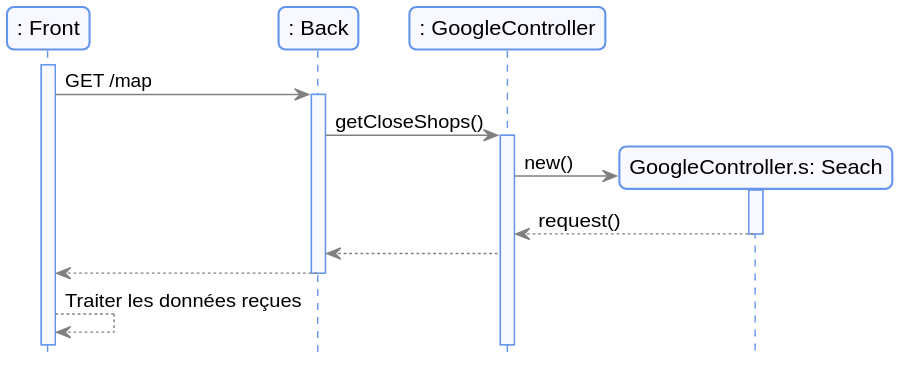
romainvacheret/wadge-backend keeps this PlantUML diagram as docs/diagram/out/map.svg. Above is the earlier version.
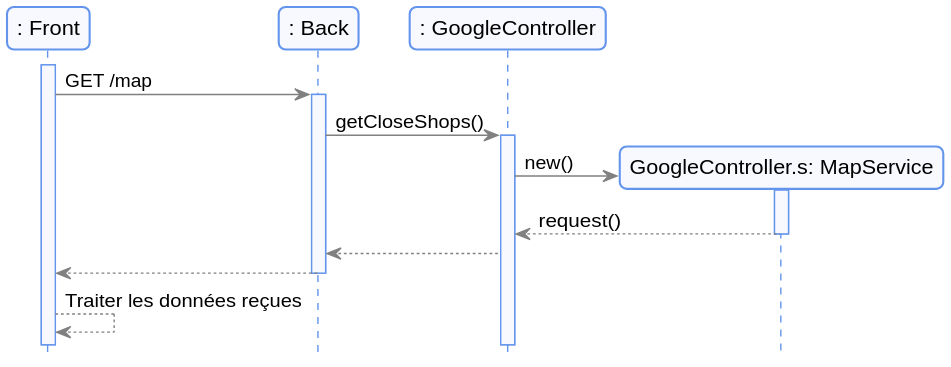
Above is the later version.

The edit, as a diff of the source:
```diff
@@ -10,7 +10,7 @@
     activate bk
     bk -> c: getCloseShops()
     activate c
-    create "GoogleController.s: Seach" as s
+    create "GoogleController.s: MapService" as s
     c -> s: new()
     activate s
     s --> c: request()
```
